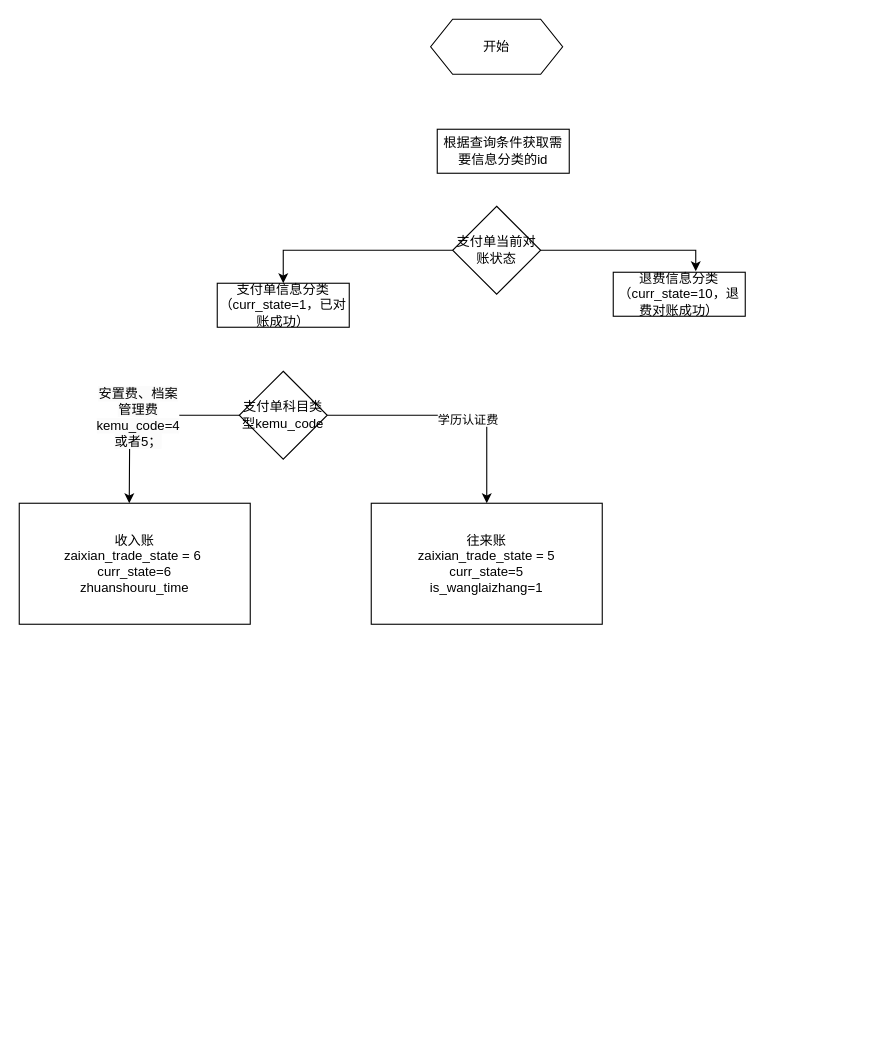
This is 信息分类.drawio from zhangfengman/autoJs, a draw.io file, before an edit. Source tidied: cells renumbered, new cells numbered last; positions are measured from the earlier drawing's top-left corner, leaving out a move shared by most shapes. Both pictures are drawn from the tidied source at 110%, with x=0, y=0 at pixel (19, 19).
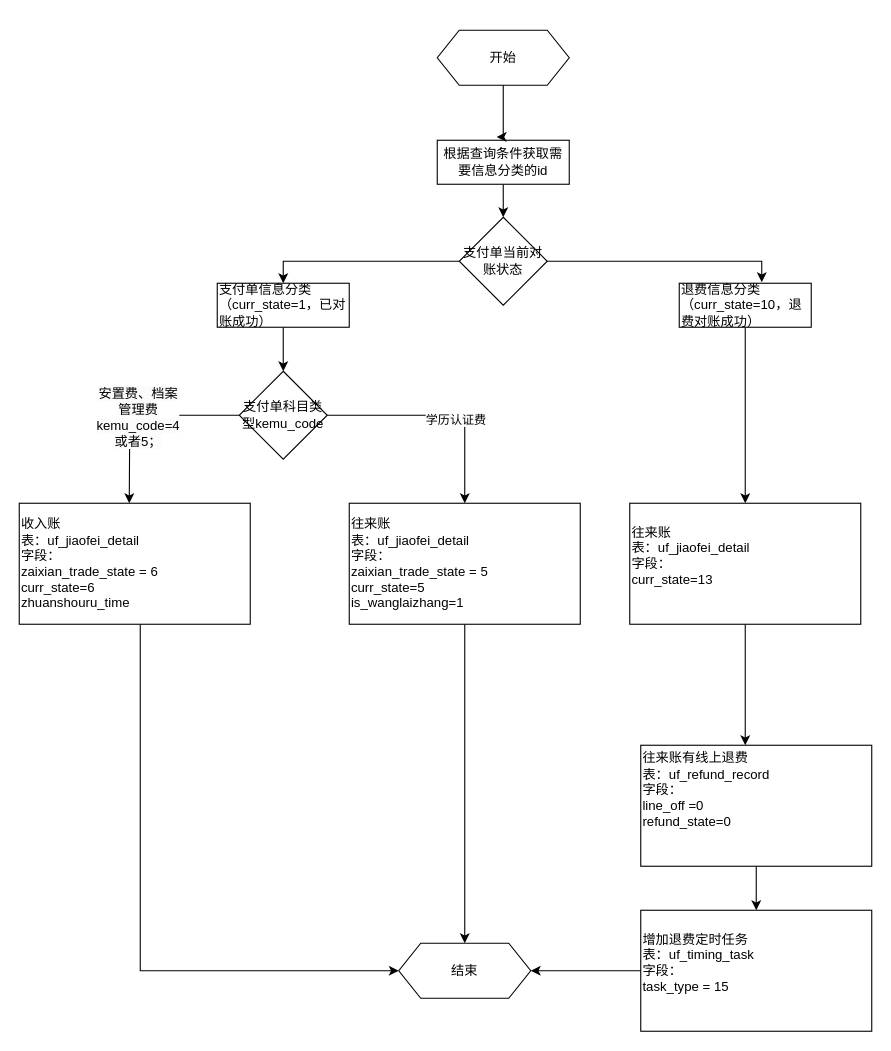
Above is the later version.

Commit message (it also covers changes not shown here):
更新信息分类.drawio

Unchanged cells that the change refers to:
```xml
<mxCell id="13" value="支付单科目类型kemu_code" style="rhombus;whiteSpace=wrap;html=1;" parent="1" vertex="1">
  <mxGeometry x="200" y="320" width="80" height="80" as="geometry" />
</mxCell>
```

What changed in the source:
```diff
@@
     <mxCell id="2" value="开始" style="shape=hexagon;perimeter=hexagonPerimeter2;whiteSpace=wrap;html=1;fixedSize=1;" parent="1" vertex="1">
-      <mxGeometry x="374" width="120" height="50" as="geometry" />
+      <mxGeometry x="380" y="10" width="120" height="50" as="geometry" />
     </mxCell>
+    <mxCell id="16" style="edgeStyle=orthogonalEdgeStyle;rounded=0;jettySize=auto;html=1;entryX=0.5;entryY=0;entryDx=0;entryDy=0;" parent="1" edge="1" source="3" target="7">
+      <mxGeometry relative="1" as="geometry" />
+    </mxCell>
     <mxCell id="3" value="根据查询条件获取需要信息分类的id" style="rounded=0;whiteSpace=wrap;html=1;" parent="1" vertex="1">
-      <mxGeometry x="380" y="100" width="120" height="40" as="geometry" />
+      <mxGeometry x="380" y="110" width="120" height="40" as="geometry" />
     </mxCell>
+    <mxCell id="17" style="edgeStyle=orthogonalEdgeStyle;rounded=0;jettySize=auto;html=1;" parent="1" edge="1" source="4" target="13">
+      <mxGeometry relative="1" as="geometry" />
+    </mxCell>
-    <mxCell id="4" value="支付单信息分类（curr_state=1，已对账成功）" style="rounded=0;whiteSpace=wrap;html=1;" parent="1" vertex="1">
+    <mxCell id="4" value="支付单信息分类（curr_state=1，已对账成功）" style="rounded=0;whiteSpace=wrap;html=1;align=left;" parent="1" vertex="1">
       <mxGeometry x="180" y="240" width="120" height="40" as="geometry" />
     </mxCell>
+    <mxCell id="18" style="edgeStyle=orthogonalEdgeStyle;rounded=0;jettySize=auto;html=1;" parent="1" edge="1" source="5" target="22">
+      <mxGeometry relative="1" as="geometry" />
+    </mxCell>
-    <mxCell id="5" value="退费信息分类（curr_state=10，退费对账成功）" style="rounded=0;whiteSpace=wrap;html=1;" parent="1" vertex="1">
-      <mxGeometry x="540" y="230" width="120" height="40" as="geometry" />
+    <mxCell id="5" value="退费信息分类（curr_state=10，退费对账成功）" style="rounded=0;whiteSpace=wrap;html=1;align=left;" parent="1" vertex="1">
+      <mxGeometry x="600" y="240" width="120" height="40" as="geometry" />
     </mxCell>
@@
     <mxCell id="7" value="支付单当前对账状态" style="rhombus;whiteSpace=wrap;html=1;" parent="1" vertex="1">
-      <mxGeometry x="394" y="170" width="80" height="80" as="geometry" />
+      <mxGeometry x="400" y="180" width="80" height="80" as="geometry" />
     </mxCell>
@@
+    <mxCell id="19" style="edgeStyle=orthogonalEdgeStyle;rounded=0;jettySize=auto;html=1;entryX=0;entryY=0.5;entryDx=0;entryDy=0;" parent="1" edge="1" source="14" target="24">
+      <mxGeometry relative="1" as="geometry">
+        <Array as="points">
+          <mxPoint x="110" y="865" />
+        </Array>
+      </mxGeometry>
+    </mxCell>
-    <mxCell id="14" value="收入账&lt;div&gt;zaixian_trade_state = 6&amp;nbsp;&lt;br&gt;&lt;/div&gt;&lt;div&gt;curr_state=6&lt;br&gt;&lt;/div&gt;&lt;div&gt;zhuanshouru_time&lt;br&gt;&lt;/div&gt;" style="rounded=0;whiteSpace=wrap;html=1;" parent="1" vertex="1">
+    <mxCell id="14" value="收入账&lt;div&gt;表：uf_jiaofei_detail&lt;/div&gt;&lt;div&gt;字段：&lt;br&gt;&lt;div&gt;zaixian_trade_state = 6&amp;nbsp;&lt;br&gt;&lt;/div&gt;&lt;div&gt;curr_state=6&lt;br&gt;&lt;/div&gt;&lt;div&gt;zhuanshouru_time&lt;br&gt;&lt;/div&gt;&lt;/div&gt;" style="rounded=0;whiteSpace=wrap;html=1;align=left;" parent="1" vertex="1">
       <mxGeometry y="440" width="210" height="110" as="geometry" />
     </mxCell>
+    <mxCell id="20" style="edgeStyle=orthogonalEdgeStyle;rounded=0;jettySize=auto;html=1;" parent="1" edge="1" source="15" target="24">
+      <mxGeometry relative="1" as="geometry" />
+    </mxCell>
-    <mxCell id="15" value="&lt;div&gt;往来账&lt;/div&gt;&lt;div&gt;zaixian_trade_state = 5&lt;br&gt;&lt;/div&gt;&lt;div&gt;curr_state=5&lt;br&gt;&lt;/div&gt;&lt;div&gt;is_wanglaizhang=1&lt;br&gt;&lt;/div&gt;" style="rounded=0;whiteSpace=wrap;html=1;" parent="1" vertex="1">
-      <mxGeometry x="320" y="440" width="210" height="110" as="geometry" />
+    <mxCell id="15" value="&lt;div&gt;往来账&lt;/div&gt;&lt;div&gt;表：uf_jiaofei_detail&lt;br&gt;&lt;/div&gt;&lt;div&gt;字段：&lt;/div&gt;&lt;div&gt;zaixian_trade_state = 5&lt;br&gt;&lt;/div&gt;&lt;div&gt;curr_state=5&lt;br&gt;&lt;/div&gt;&lt;div&gt;is_wanglaizhang=1&lt;br&gt;&lt;/div&gt;" style="rounded=0;whiteSpace=wrap;html=1;align=left;" parent="1" vertex="1">
+      <mxGeometry x="300" y="440" width="210" height="110" as="geometry" />
     </mxCell>
+    <mxCell id="21" style="edgeStyle=orthogonalEdgeStyle;rounded=0;jettySize=auto;html=1;" parent="1" edge="1" source="22">
+      <mxGeometry relative="1" as="geometry">
+        <mxPoint x="660" y="660" as="targetPoint" />
+      </mxGeometry>
+    </mxCell>
+    <mxCell id="22" value="&lt;div&gt;往来账&lt;/div&gt;&lt;div&gt;&lt;div&gt;表：uf_jiaofei_detail&lt;br&gt;&lt;/div&gt;&lt;div&gt;字段：&lt;/div&gt;&lt;/div&gt;&lt;div&gt;&lt;span style=&quot;background-color: initial;&quot;&gt;curr_state=13&lt;/span&gt;&lt;br&gt;&lt;/div&gt;&lt;div&gt;&lt;br&gt;&lt;/div&gt;" style="rounded=0;whiteSpace=wrap;html=1;align=left;" parent="1" vertex="1">
+      <mxGeometry x="555" y="440" width="210" height="110" as="geometry" />
+    </mxCell>
+    <mxCell id="23" style="edgeStyle=orthogonalEdgeStyle;rounded=0;jettySize=auto;html=1;entryX=0.45;entryY=-0.075;entryDx=0;entryDy=0;entryPerimeter=0;" parent="1" edge="1" source="2" target="3">
+      <mxGeometry relative="1" as="geometry">
+        <Array as="points">
+          <mxPoint x="440" y="107" />
+        </Array>
+      </mxGeometry>
+    </mxCell>
+    <mxCell id="24" value="结束" style="shape=hexagon;perimeter=hexagonPerimeter2;whiteSpace=wrap;html=1;fixedSize=1;" parent="1" vertex="1">
+      <mxGeometry x="345" y="840" width="120" height="50" as="geometry" />
+    </mxCell>
+    <mxCell id="25" style="edgeStyle=orthogonalEdgeStyle;rounded=0;jettySize=auto;html=1;entryX=0.5;entryY=0;entryDx=0;entryDy=0;" parent="1" edge="1" source="26" target="28">
+      <mxGeometry relative="1" as="geometry" />
+    </mxCell>
+    <mxCell id="26" value="&lt;div&gt;往来账有线上退费&lt;/div&gt;&lt;div&gt;&lt;div&gt;表：uf_refund_record&lt;br&gt;&lt;/div&gt;&lt;div&gt;字段：&lt;/div&gt;&lt;/div&gt;&lt;div&gt;line_off =0&lt;br&gt;&lt;/div&gt;&lt;div&gt;&lt;span style=&quot;background-color: initial;&quot;&gt;refund_state&lt;/span&gt;&lt;span style=&quot;background-color: initial;&quot;&gt;=0&lt;/span&gt;&lt;br&gt;&lt;/div&gt;&lt;div&gt;&lt;span style=&quot;background-color: initial;&quot;&gt;&lt;br&gt;&lt;/span&gt;&lt;/div&gt;&lt;div&gt;&lt;br&gt;&lt;/div&gt;" style="rounded=0;whiteSpace=wrap;html=1;align=left;" parent="1" vertex="1">
+      <mxGeometry x="565" y="660" width="210" height="110" as="geometry" />
+    </mxCell>
+    <mxCell id="27" style="edgeStyle=orthogonalEdgeStyle;rounded=0;jettySize=auto;html=1;" parent="1" edge="1" source="28" target="24">
+      <mxGeometry relative="1" as="geometry" />
+    </mxCell>
+    <mxCell id="28" value="&lt;div&gt;增加退费定时任务&lt;/div&gt;&lt;div&gt;表：uf_timing_task&lt;/div&gt;&lt;div&gt;&lt;span style=&quot;background-color: initial;&quot;&gt;字段：&lt;/span&gt;&lt;/div&gt;&lt;div&gt;task_type = 15&lt;span style=&quot;background-color: initial;&quot;&gt;&lt;br&gt;&lt;/span&gt;&lt;/div&gt;&lt;div&gt;&lt;br&gt;&lt;/div&gt;" style="rounded=0;whiteSpace=wrap;html=1;align=left;" parent="1" vertex="1">
+      <mxGeometry x="565" y="810" width="210" height="110" as="geometry" />
+    </mxCell>
```
